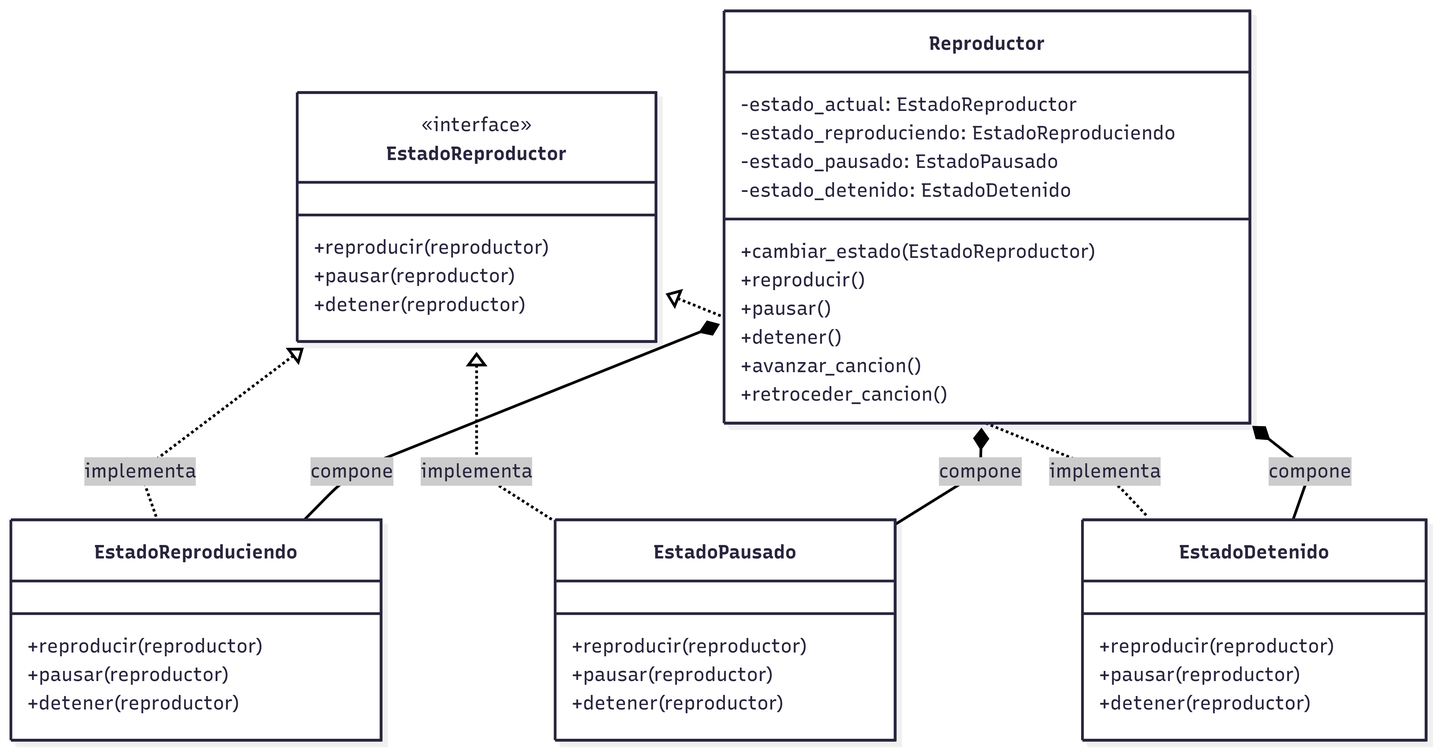
Above: Patrones_de_Diseño_final/State/reproductor/diagramas/diagrama_de_clases/diagrama_de_clases.png in Martin-NT/Martin-Navarro-DS (Mermaid), before the change. Its source is kept beside it as Patrones_de_Diseño_final/State/reproductor/diagramas/diagrama_de_clases/diagrama_de_clases.mmd.
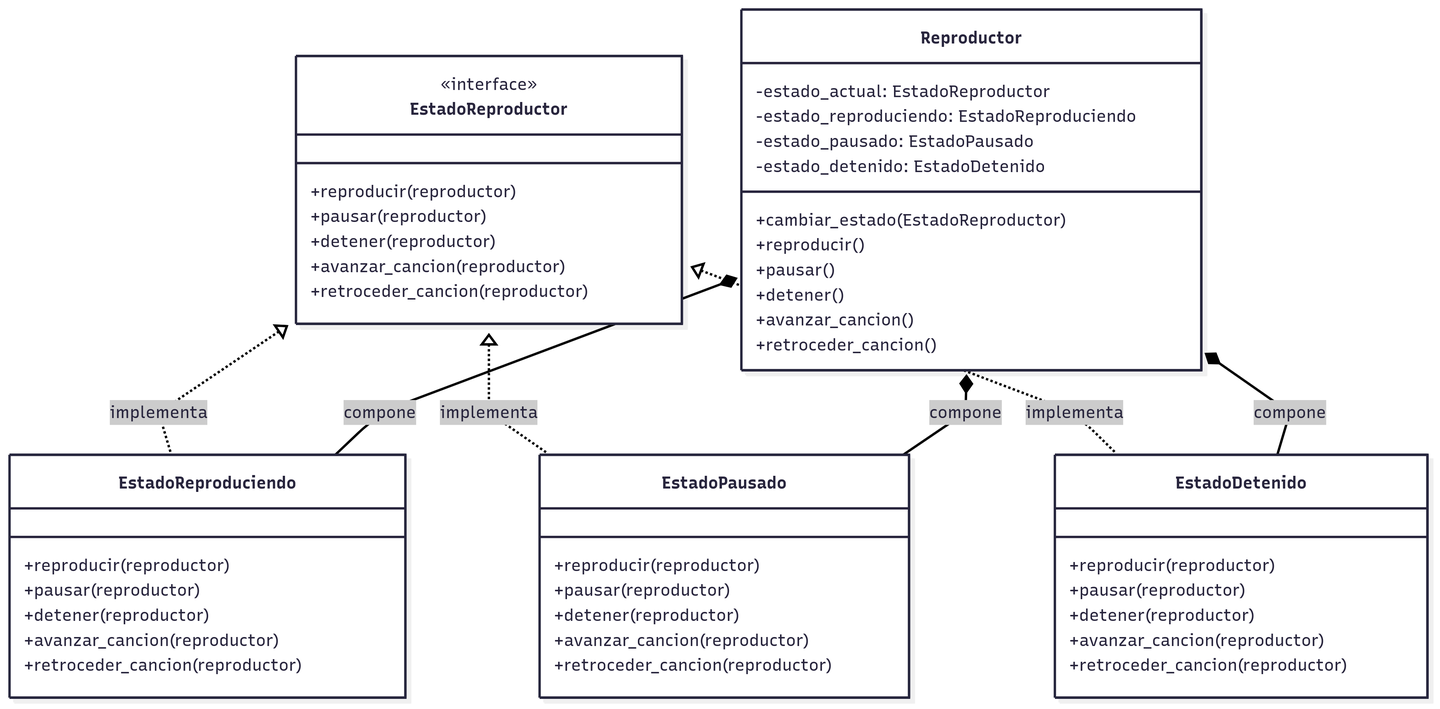
The same diagram one commit later.

Change to the diagram source:
```diff
@@ -2,40 +2,48 @@
 direction TB
 
     class EstadoReproductor {
-	    +reproducir(reproductor)
-	    +pausar(reproductor)
-	    +detener(reproductor)
+        +reproducir(reproductor)
+        +pausar(reproductor)
+        +detener(reproductor)
+        +avanzar_cancion(reproductor)
+        +retroceder_cancion(reproductor)
     }
 
     class EstadoReproduciendo {
-	    +reproducir(reproductor)
-	    +pausar(reproductor)
-	    +detener(reproductor)
+        +reproducir(reproductor)
+        +pausar(reproductor)
+        +detener(reproductor)
+        +avanzar_cancion(reproductor)
+        +retroceder_cancion(reproductor)
     }
 
     class EstadoPausado {
-	    +reproducir(reproductor)
-	    +pausar(reproductor)
-	    +detener(reproductor)
+        +reproducir(reproductor)
+        +pausar(reproductor)
+        +detener(reproductor)
+        +avanzar_cancion(reproductor)
+        +retroceder_cancion(reproductor)
     }
 
     class EstadoDetenido {
-	    +reproducir(reproductor)
-	    +pausar(reproductor)
-	    +detener(reproductor)
+        +reproducir(reproductor)
+        +pausar(reproductor)
+        +detener(reproductor)
+        +avanzar_cancion(reproductor)
+        +retroceder_cancion(reproductor)
     }
 
     class Reproductor {
-	    -estado_actual: EstadoReproductor
-	    -estado_reproduciendo: EstadoReproduciendo
-	    -estado_pausado: EstadoPausado
-	    -estado_detenido: EstadoDetenido
-	    +cambiar_estado(EstadoReproductor)
-	    +reproducir()
-	    +pausar()
-	    +detener()
-	    +avanzar_cancion()
-	    +retroceder_cancion()
+        -estado_actual: EstadoReproductor
+        -estado_reproduciendo: EstadoReproduciendo
+        -estado_pausado: EstadoPausado
+        -estado_detenido: EstadoDetenido
+        +cambiar_estado(EstadoReproductor)
+        +reproducir()
+        +pausar()
+        +detener()
+        +avanzar_cancion()
+        +retroceder_cancion()
     }
 
     <<interface>> EstadoReproductor
@@ -44,6 +52,6 @@
     EstadoReproductor <|.. EstadoPausado : implementa
     EstadoReproductor <|.. EstadoDetenido : implementa
 
-    Reproductor *-- EstadoReproduciendo : compone
-    Reproductor *-- EstadoPausado : compone
-    Reproductor *-- EstadoDetenido : compone
+    Reproductor *-- EstadoReproduciendo: compone
+    Reproductor *-- EstadoPausado: compone
+    Reproductor *-- EstadoDetenido: compone
```
